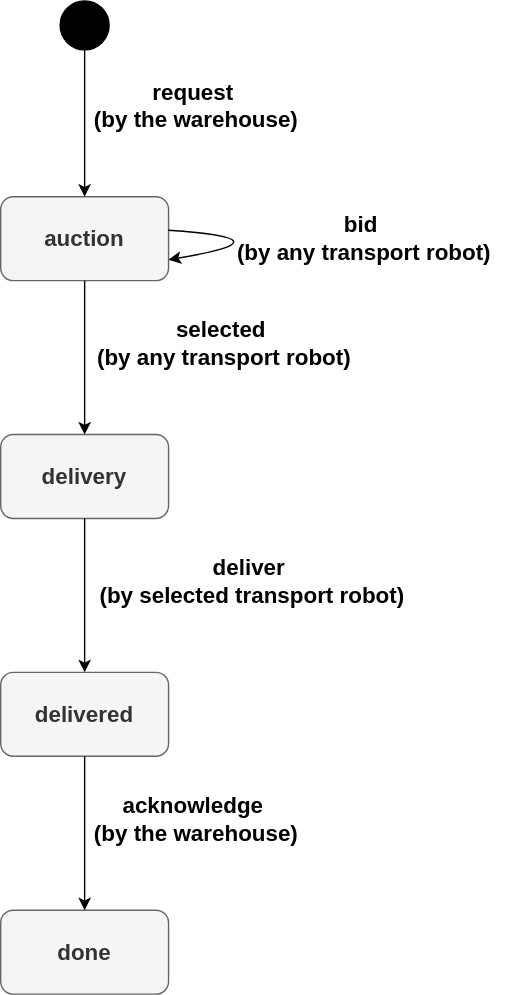
Above: demos/warehouse-readme-demo/transport-order-protocol.svg in lucas874/machines (draw.io), before the change. Source tidied: cells renumbered, new cells last; positions are measured from the earlier drawing's top-left corner, leaving out a move shared by most shapes. Source of this version:
```xml
<mxGraphModel>
  <root>
    <mxCell id="0" />
    <mxCell id="1" parent="0" />
    <mxCell id="2" style="ellipse;whiteSpace=wrap;html=1;fillColor=#000000;" parent="1" vertex="1">
      <mxGeometry x="42.5" width="35" height="35" as="geometry" />
    </mxCell>
    <mxCell id="3" value="&lt;font style=&quot;font-size: 16px;&quot;&gt;&lt;b&gt;auction&lt;/b&gt;&lt;/font&gt;" style="rounded=1;whiteSpace=wrap;html=1;fillColor=#f5f5f5;fontColor=#333333;strokeColor=#666666;" parent="1" vertex="1">
      <mxGeometry y="140" width="120" height="60" as="geometry" />
    </mxCell>
    <mxCell id="4" style="endArrow=classic;html=1;rounded=0;exitX=0.5;exitY=1;exitDx=0;exitDy=0;" parent="1" edge="1" source="2" target="3">
      <mxGeometry relative="1" as="geometry" />
    </mxCell>
    <mxCell id="5" value="&lt;div&gt;&lt;font style=&quot;font-size: 16px;&quot;&gt;&lt;b&gt;request&amp;nbsp;&lt;/b&gt;&lt;/font&gt;&lt;/div&gt;&lt;div&gt;&lt;font style=&quot;font-size: 16px;&quot;&gt;&lt;b&gt;(by the warehouse)&lt;/b&gt;&lt;/font&gt;&lt;/div&gt;" style="text;html=1;align=center;verticalAlign=middle;whiteSpace=wrap;rounded=0;" parent="1" vertex="1">
      <mxGeometry x="40" y="60" width="200" height="30" as="geometry" />
    </mxCell>
    <mxCell id="6" style="endArrow=classic;html=1;rounded=0;exitX=0.998;exitY=0.4;exitDx=0;exitDy=0;exitPerimeter=0;entryX=1;entryY=0.75;entryDx=0;entryDy=0;curved=1;" parent="1" edge="1" source="3" target="3">
      <mxGeometry relative="1" as="geometry">
        <Array as="points">
          <mxPoint x="210" y="170" />
        </Array>
      </mxGeometry>
    </mxCell>
    <mxCell id="7" value="&lt;div&gt;&lt;font style=&quot;font-size: 16px;&quot;&gt;&lt;b&gt;bid&amp;nbsp;&lt;/b&gt;&lt;/font&gt;&lt;/div&gt;&lt;div&gt;&lt;font style=&quot;font-size: 16px;&quot;&gt;&lt;b&gt;(by any transport robot)&lt;/b&gt;&lt;/font&gt;&lt;/div&gt;" style="text;html=1;align=center;verticalAlign=middle;whiteSpace=wrap;rounded=0;" parent="1" vertex="1">
      <mxGeometry x="150" y="155" width="220" height="30" as="geometry" />
    </mxCell>
    <mxCell id="8" value="&lt;b&gt;&lt;font style=&quot;font-size: 16px;&quot;&gt;delivery&lt;/font&gt;&lt;/b&gt;" style="rounded=1;whiteSpace=wrap;html=1;fillColor=#f5f5f5;fontColor=#333333;strokeColor=#666666;" parent="1" vertex="1">
      <mxGeometry y="310" width="120" height="60" as="geometry" />
    </mxCell>
    <mxCell id="9" style="endArrow=classic;html=1;rounded=0;exitX=0.5;exitY=1;exitDx=0;exitDy=0;" parent="1" edge="1">
      <mxGeometry relative="1" as="geometry">
        <mxPoint x="60" y="200" as="sourcePoint" />
        <mxPoint x="60" y="310" as="targetPoint" />
      </mxGeometry>
    </mxCell>
    <mxCell id="10" value="&lt;div&gt;&lt;font style=&quot;font-size: 16px;&quot;&gt;&lt;b&gt;selected&amp;nbsp;&lt;/b&gt;&lt;/font&gt;&lt;/div&gt;&lt;div&gt;&lt;font style=&quot;font-size: 16px;&quot;&gt;&lt;b&gt;(by any transport robot)&lt;/b&gt;&lt;/font&gt;&lt;/div&gt;" style="text;html=1;align=center;verticalAlign=middle;whiteSpace=wrap;rounded=0;" parent="1" vertex="1">
      <mxGeometry x="60" y="230" width="200" height="30" as="geometry" />
    </mxCell>
    <mxCell id="11" value="&lt;b&gt;&lt;font style=&quot;font-size: 16px;&quot;&gt;delivered&lt;/font&gt;&lt;/b&gt;" style="rounded=1;whiteSpace=wrap;html=1;fillColor=#f5f5f5;fontColor=#333333;strokeColor=#666666;" parent="1" vertex="1">
      <mxGeometry y="480" width="120" height="60" as="geometry" />
    </mxCell>
    <mxCell id="12" style="endArrow=classic;html=1;rounded=0;exitX=0.5;exitY=1;exitDx=0;exitDy=0;" parent="1" edge="1">
      <mxGeometry relative="1" as="geometry">
        <mxPoint x="60" y="370" as="sourcePoint" />
        <mxPoint x="60" y="480" as="targetPoint" />
      </mxGeometry>
    </mxCell>
    <mxCell id="13" value="&lt;div&gt;&lt;font style=&quot;font-size: 16px;&quot;&gt;&lt;b&gt;deliver&amp;nbsp;&lt;/b&gt;&lt;/font&gt;&lt;/div&gt;&lt;div&gt;&lt;font style=&quot;font-size: 16px;&quot;&gt;&lt;b&gt;(by selected transport robot)&lt;/b&gt;&lt;/font&gt;&lt;/div&gt;" style="text;html=1;align=center;verticalAlign=middle;whiteSpace=wrap;rounded=0;" parent="1" vertex="1">
      <mxGeometry x="70" y="400" width="220" height="30" as="geometry" />
    </mxCell>
    <mxCell id="14" value="&lt;b&gt;&lt;font style=&quot;font-size: 16px;&quot;&gt;done&lt;/font&gt;&lt;/b&gt;" style="rounded=1;whiteSpace=wrap;html=1;fillColor=#f5f5f5;fontColor=#333333;strokeColor=#666666;" parent="1" vertex="1">
      <mxGeometry y="650" width="120" height="60" as="geometry" />
    </mxCell>
    <mxCell id="15" style="endArrow=classic;html=1;rounded=0;exitX=0.5;exitY=1;exitDx=0;exitDy=0;" parent="1" edge="1">
      <mxGeometry relative="1" as="geometry">
        <mxPoint x="60" y="540" as="sourcePoint" />
        <mxPoint x="60" y="650" as="targetPoint" />
      </mxGeometry>
    </mxCell>
    <mxCell id="16" value="&lt;div&gt;&lt;font style=&quot;font-size: 16px;&quot;&gt;&lt;b&gt;acknowledge&amp;nbsp;&lt;/b&gt;&lt;/font&gt;&lt;/div&gt;&lt;div&gt;&lt;font style=&quot;font-size: 16px;&quot;&gt;&lt;b&gt;(by the warehouse)&lt;/b&gt;&lt;/font&gt;&lt;/div&gt;" style="text;html=1;align=center;verticalAlign=middle;whiteSpace=wrap;rounded=0;" parent="1" vertex="1">
      <mxGeometry x="30" y="570" width="220" height="30" as="geometry" />
    </mxCell>
  </root>
</mxGraphModel>
```
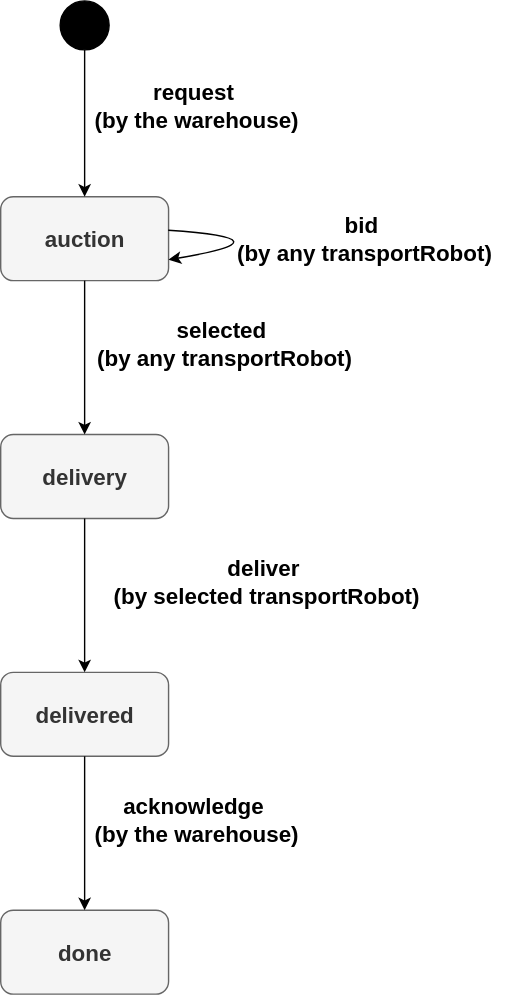
The same file after the commit.

Change to the diagram source:
```diff
@@ -21,7 +21,7 @@
         </Array>
       </mxGeometry>
     </mxCell>
-    <mxCell id="7" value="&lt;div&gt;&lt;font style=&quot;font-size: 16px;&quot;&gt;&lt;b&gt;bid&amp;nbsp;&lt;/b&gt;&lt;/font&gt;&lt;/div&gt;&lt;div&gt;&lt;font style=&quot;font-size: 16px;&quot;&gt;&lt;b&gt;(by any transport robot)&lt;/b&gt;&lt;/font&gt;&lt;/div&gt;" style="text;html=1;align=center;verticalAlign=middle;whiteSpace=wrap;rounded=0;" parent="1" vertex="1">
+    <mxCell id="7" value="&lt;div&gt;&lt;font style=&quot;font-size: 16px;&quot;&gt;&lt;b&gt;bid&amp;nbsp;&lt;/b&gt;&lt;/font&gt;&lt;/div&gt;&lt;div&gt;&lt;font style=&quot;font-size: 16px;&quot;&gt;&lt;b&gt;(by any transportRobot)&lt;/b&gt;&lt;/font&gt;&lt;/div&gt;" style="text;html=1;align=center;verticalAlign=middle;whiteSpace=wrap;rounded=0;" parent="1" vertex="1">
       <mxGeometry x="150" y="155" width="220" height="30" as="geometry" />
     </mxCell>
     <mxCell id="8" value="&lt;b&gt;&lt;font style=&quot;font-size: 16px;&quot;&gt;delivery&lt;/font&gt;&lt;/b&gt;" style="rounded=1;whiteSpace=wrap;html=1;fillColor=#f5f5f5;fontColor=#333333;strokeColor=#666666;" parent="1" vertex="1">
@@ -33,7 +33,7 @@
         <mxPoint x="60" y="310" as="targetPoint" />
       </mxGeometry>
     </mxCell>
-    <mxCell id="10" value="&lt;div&gt;&lt;font style=&quot;font-size: 16px;&quot;&gt;&lt;b&gt;selected&amp;nbsp;&lt;/b&gt;&lt;/font&gt;&lt;/div&gt;&lt;div&gt;&lt;font style=&quot;font-size: 16px;&quot;&gt;&lt;b&gt;(by any transport robot)&lt;/b&gt;&lt;/font&gt;&lt;/div&gt;" style="text;html=1;align=center;verticalAlign=middle;whiteSpace=wrap;rounded=0;" parent="1" vertex="1">
+    <mxCell id="10" value="&lt;div&gt;&lt;font style=&quot;font-size: 16px;&quot;&gt;&lt;b&gt;selected&amp;nbsp;&lt;/b&gt;&lt;/font&gt;&lt;/div&gt;&lt;div&gt;&lt;font style=&quot;font-size: 16px;&quot;&gt;&lt;b&gt;(by any transportRobot)&lt;/b&gt;&lt;/font&gt;&lt;/div&gt;" style="text;html=1;align=center;verticalAlign=middle;whiteSpace=wrap;rounded=0;" parent="1" vertex="1">
       <mxGeometry x="60" y="230" width="200" height="30" as="geometry" />
     </mxCell>
     <mxCell id="11" value="&lt;b&gt;&lt;font style=&quot;font-size: 16px;&quot;&gt;delivered&lt;/font&gt;&lt;/b&gt;" style="rounded=1;whiteSpace=wrap;html=1;fillColor=#f5f5f5;fontColor=#333333;strokeColor=#666666;" parent="1" vertex="1">
@@ -45,8 +45,8 @@
         <mxPoint x="60" y="480" as="targetPoint" />
       </mxGeometry>
     </mxCell>
-    <mxCell id="13" value="&lt;div&gt;&lt;font style=&quot;font-size: 16px;&quot;&gt;&lt;b&gt;deliver&amp;nbsp;&lt;/b&gt;&lt;/font&gt;&lt;/div&gt;&lt;div&gt;&lt;font style=&quot;font-size: 16px;&quot;&gt;&lt;b&gt;(by selected transport robot)&lt;/b&gt;&lt;/font&gt;&lt;/div&gt;" style="text;html=1;align=center;verticalAlign=middle;whiteSpace=wrap;rounded=0;" parent="1" vertex="1">
-      <mxGeometry x="70" y="400" width="220" height="30" as="geometry" />
+    <mxCell id="13" value="&lt;div&gt;&lt;font style=&quot;font-size: 16px;&quot;&gt;&lt;b&gt;deliver&amp;nbsp;&lt;/b&gt;&lt;/font&gt;&lt;/div&gt;&lt;div&gt;&lt;font style=&quot;font-size: 16px;&quot;&gt;&lt;b&gt;(by selected transportRobot)&lt;/b&gt;&lt;/font&gt;&lt;/div&gt;" style="text;html=1;align=center;verticalAlign=middle;whiteSpace=wrap;rounded=0;" parent="1" vertex="1">
+      <mxGeometry x="70" y="400" width="240" height="30" as="geometry" />
     </mxCell>
     <mxCell id="14" value="&lt;b&gt;&lt;font style=&quot;font-size: 16px;&quot;&gt;done&lt;/font&gt;&lt;/b&gt;" style="rounded=1;whiteSpace=wrap;html=1;fillColor=#f5f5f5;fontColor=#333333;strokeColor=#666666;" parent="1" vertex="1">
       <mxGeometry y="650" width="120" height="60" as="geometry" />
```
